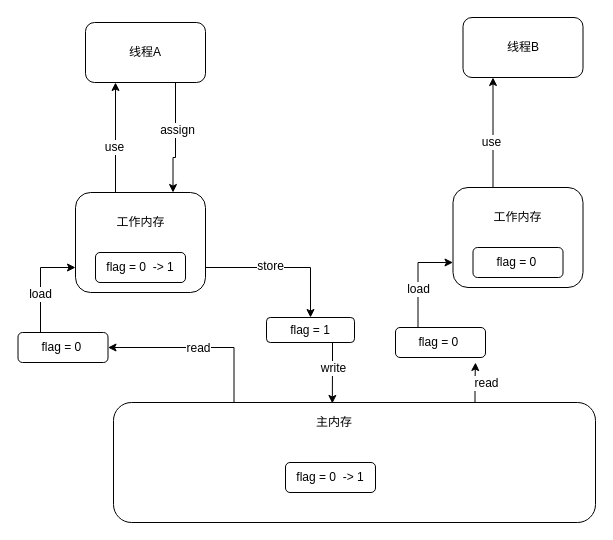
The draw.io diagram 并发编程/02_java内存模型.drawio in chenshuai1995/a-imgs, before the edit. Source tidied: cells renumbered, new cells numbered last; positions are measured from the earlier drawing's top-left corner, leaving out a move shared by most shapes. Both pictures are drawn from the tidied source at 100%, with x=0, y=0 at pixel (17, 17).
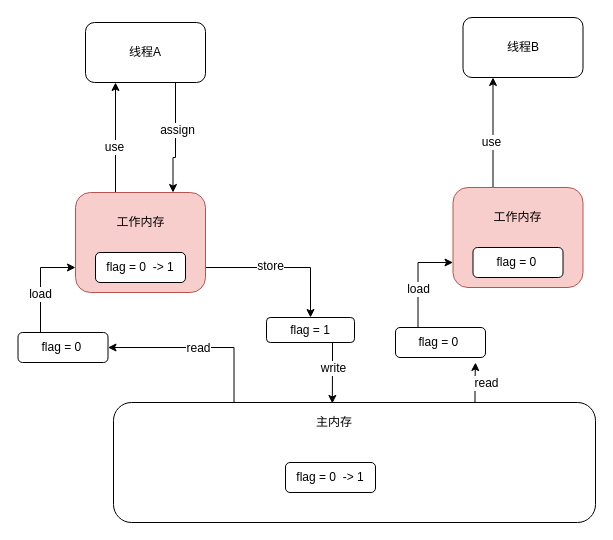
After the change.

Commit message (it also covers changes not shown here):
更新02_java内存模型.drawio

Change to the diagram source:
```diff
@@
-    <mxCell id="9" style="rounded=1;whiteSpace=wrap;html=1;" parent="1" vertex="1">
+    <mxCell id="9" style="rounded=1;whiteSpace=wrap;html=1;fillColor=#f8cecc;strokeColor=#b85450;" parent="1" vertex="1">
       <mxGeometry x="58" y="175" width="130" height="100" as="geometry" />
     </mxCell>
@@
-    <mxCell id="27" style="rounded=1;whiteSpace=wrap;html=1;" parent="1" vertex="1">
+    <mxCell id="27" style="rounded=1;whiteSpace=wrap;html=1;fillColor=#f8cecc;strokeColor=#b85450;" parent="1" vertex="1">
       <mxGeometry x="435.5" y="170" width="130" height="100" as="geometry" />
     </mxCell>
```
